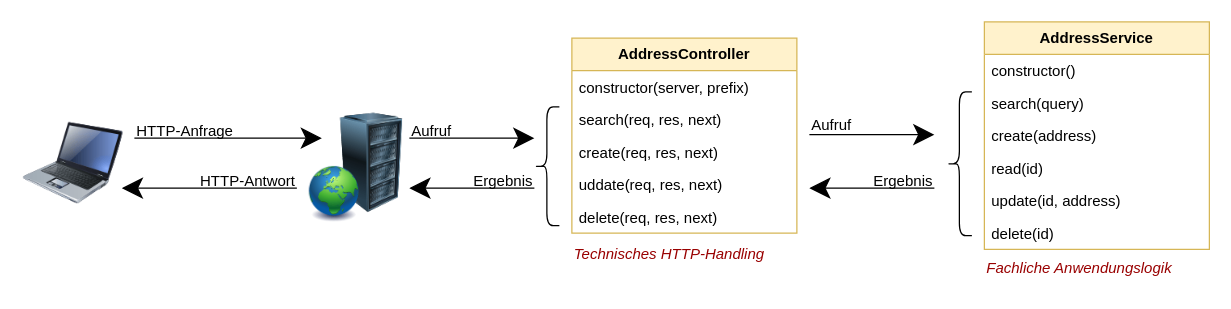
The draw.io diagram static/05-entwicklung/_src/http-ablauf.drawio in DennisSchulmeister/dhbwka-wwi-vertsys-2022-vorlesungsfolien, before the edit. Source tidied: cells renumbered, new cells numbered last; positions are measured from the earlier drawing's top-left corner, leaving out a move shared by most shapes. Both pictures are drawn from the tidied source at 125%, with x=0, y=0 at pixel (21, 21).
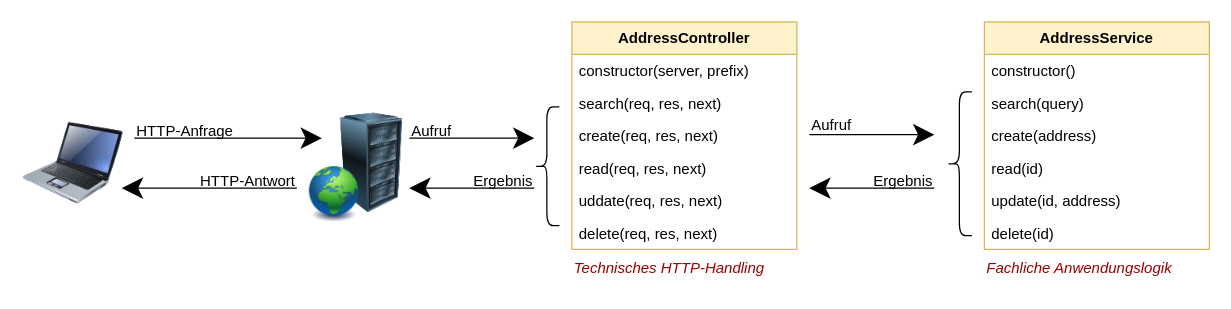
The same diagram, later.

Change to the diagram source:
```diff
@@
     <mxCell id="7" value="AddressController" style="swimlane;fontStyle=1;horizontal=1;startSize=26;fillColor=#fff2cc;whiteSpace=wrap;html=1;strokeColor=#d6b656;swimlaneFillColor=#FFFFFF;" parent="1" vertex="1">
-      <mxGeometry x="440" y="13" width="180" height="156" as="geometry" />
+      <mxGeometry x="440" width="180" height="182" as="geometry" />
     </mxCell>
@@
+    <mxCell id="34" value="read(req, res, next)" style="text;strokeColor=none;fillColor=none;align=left;verticalAlign=top;spacingLeft=4;spacingRight=4;overflow=hidden;whiteSpace=wrap;html=1;" parent="7" vertex="1">
+      <mxGeometry y="104" width="180" height="26" as="geometry" />
+    </mxCell>
     <mxCell id="11" value="uddate(req, res, next)" style="text;strokeColor=none;fillColor=none;align=left;verticalAlign=top;spacingLeft=4;spacingRight=4;overflow=hidden;whiteSpace=wrap;html=1;" parent="7" vertex="1">
-      <mxGeometry y="104" width="180" height="26" as="geometry" />
+      <mxGeometry y="130" width="180" height="26" as="geometry" />
     </mxCell>
     <mxCell id="12" value="delete(req, res, next)" style="text;strokeColor=none;fillColor=none;align=left;verticalAlign=top;spacingLeft=4;spacingRight=4;overflow=hidden;whiteSpace=wrap;html=1;" parent="7" vertex="1">
-      <mxGeometry y="130" width="180" height="26" as="geometry" />
+      <mxGeometry y="156" width="180" height="26" as="geometry" />
     </mxCell>
@@
     <mxCell id="32" value="Technisches HTTP-Handling" style="text;html=1;align=left;verticalAlign=middle;strokeColor=none;fillColor=none;fontStyle=2;fontColor=#990000;" parent="1" vertex="1">
-      <mxGeometry x="440" y="171" width="170" height="30" as="geometry" />
+      <mxGeometry x="440" y="182" width="170" height="30" as="geometry" />
     </mxCell>
```
